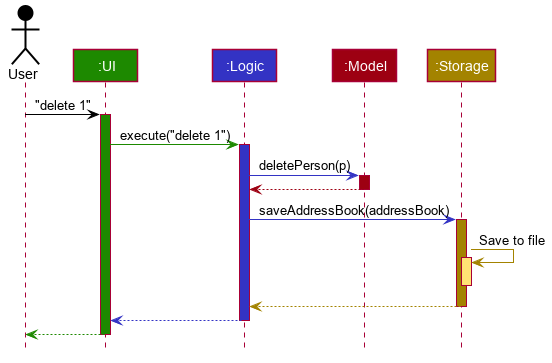
Earlier version of the PlantUML export docs/images/ArchitectureSequenceDiagram.png (nus-cs2103-AY1920S2/addressbook-level3).
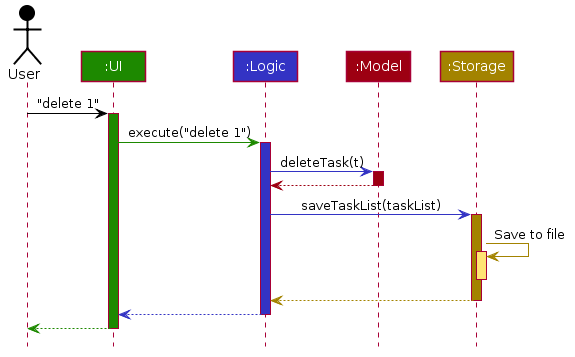
After the commit.

Change to the diagram source:
```diff
@@ -48,6 +48,7 @@
 hide members
 hide circle
 
+
 Actor User as user #000000
 Participant ":UI" as ui #1D8900
 Participant ":Logic" as logic #3333C4
@@ -60,13 +61,13 @@
 ui -[#1D8900]> logic : execute("delete 1")
 activate logic #3333C4
 
-logic -[#3333C4]> model : deletePerson(p)
+logic -[#3333C4]> model : deleteTask(t)
 activate model #9D0012
 
 model -[#9D0012]-> logic
 deactivate model
 
-logic -[#3333C4]> storage : saveAddressBook(addressBook)
+logic -[#3333C4]> storage : saveTaskList(taskList)
 activate storage #A38300
 
 storage -[#A38300]> storage : Save to file
```
